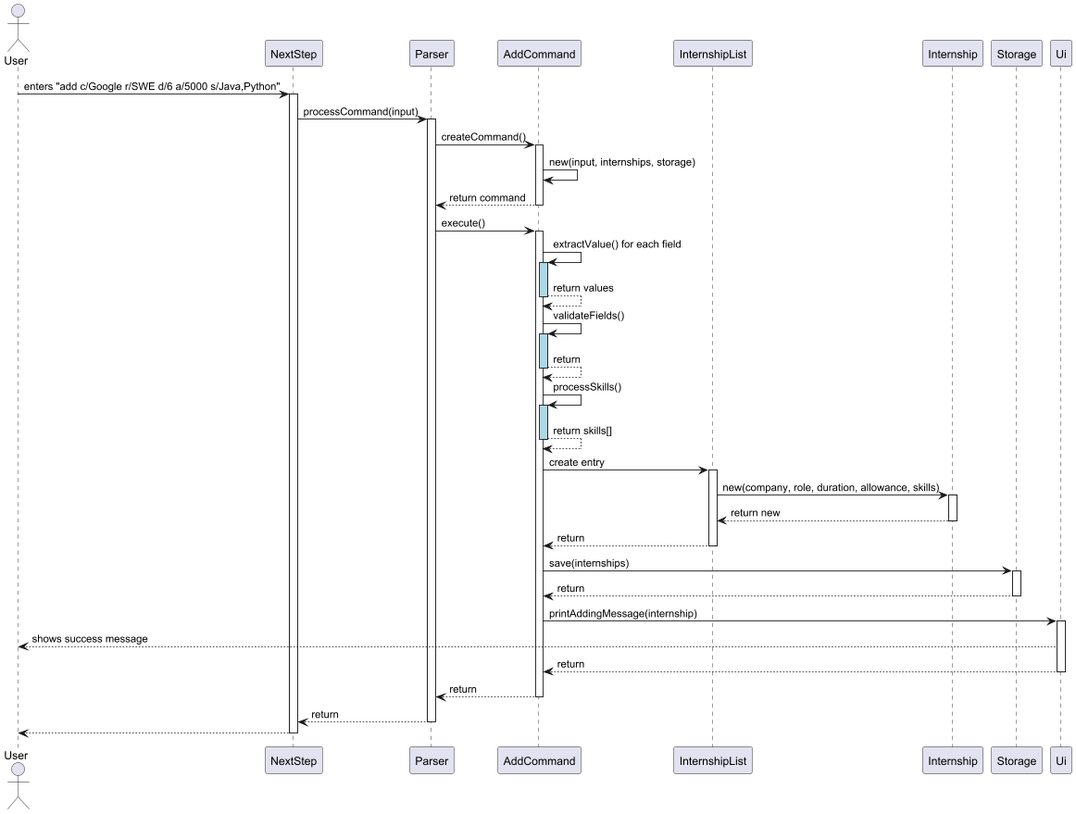
xyanjun02/tp keeps this PlantUML diagram as docs/images/addCommandSequence.png. Above is the earlier version. Its source is kept beside it as docs/diagrams/addCommandSequence.puml. The source it was exported from:
```plantuml
@startuml

actor User
participant NextStep
participant Parser
participant AddCommand
participant InternshipList
participant Internship
participant Storage
participant Ui

User -> NextStep : enters "add c/Google r/SWE d/6 a/5000 s/Java,Python"
activate NextStep

NextStep -> Parser : processCommand(input)
activate Parser

Parser -> AddCommand : createCommand()
activate AddCommand
AddCommand -> AddCommand : new(input, internships, storage)
AddCommand --> Parser : return command
deactivate AddCommand

Parser -> AddCommand : execute()
activate AddCommand

AddCommand -> AddCommand : extractValue() for each field
activate AddCommand #lightblue
AddCommand --> AddCommand : return values
deactivate AddCommand

AddCommand -> AddCommand : validateFields()
activate AddCommand #lightblue
AddCommand --> AddCommand : return
deactivate AddCommand

AddCommand -> AddCommand : processSkills()
activate AddCommand #lightblue
AddCommand --> AddCommand : return skills[]
deactivate AddCommand

AddCommand -> InternshipList : create entry
activate InternshipList
InternshipList -> Internship : new(company, role, duration, allowance, skills)
activate Internship
Internship --> InternshipList : return new
deactivate Internship
InternshipList --> AddCommand : return
deactivate InternshipList

AddCommand -> Storage : save(internships)
activate Storage
Storage --> AddCommand : return
deactivate Storage

AddCommand -> Ui : printAddingMessage(internship)
activate Ui
Ui --> User : shows success message
Ui --> AddCommand : return
deactivate Ui

AddCommand --> Parser : return
deactivate AddCommand

Parser --> NextStep : return
deactivate Parser

NextStep --> User
deactivate NextStep
@enduml
```
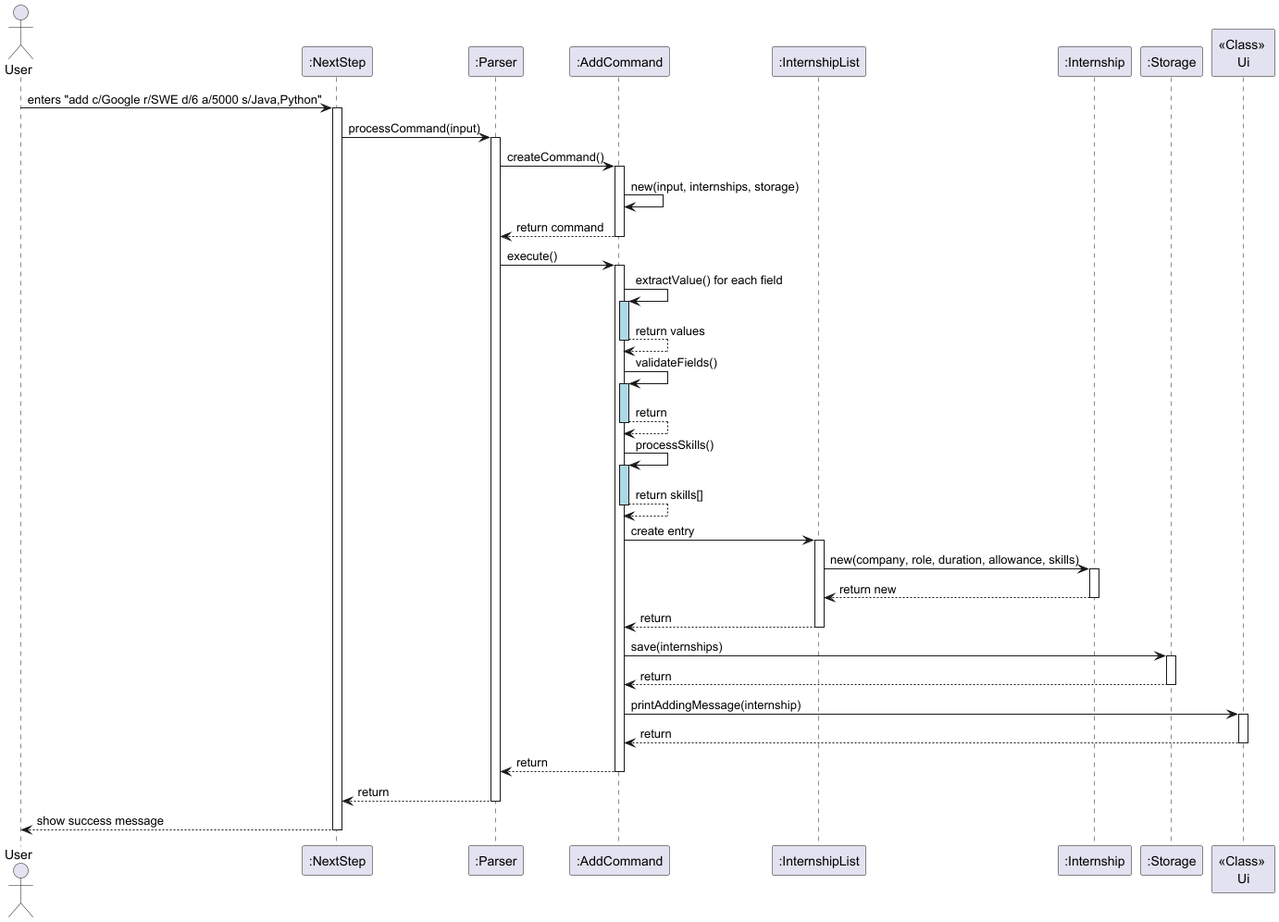
Above is the later version.

Change to the diagram source:
```diff
@@ -1,13 +1,13 @@
 @startuml
 
 actor User
-participant NextStep
-participant Parser
-participant AddCommand
-participant InternshipList
-participant Internship
-participant Storage
-participant Ui
+participant ":NextStep" as NextStep
+participant ":Parser" as Parser
+participant ":AddCommand" as AddCommand
+participant ":InternshipList" as InternshipList
+participant ":Internship" as Internship
+participant ":Storage" as Storage
+participant "<<Class>> \nUi" as Ui
 
 User -> NextStep : enters "add c/Google r/SWE d/6 a/5000 s/Java,Python"
 activate NextStep
@@ -55,7 +55,6 @@
 
 AddCommand -> Ui : printAddingMessage(internship)
 activate Ui
-Ui --> User : shows success message
 Ui --> AddCommand : return
 deactivate Ui
 
@@ -65,6 +64,6 @@
 Parser --> NextStep : return
 deactivate Parser
 
-NextStep --> User
+NextStep --> User : show success message
 deactivate NextStep
 @enduml
```
